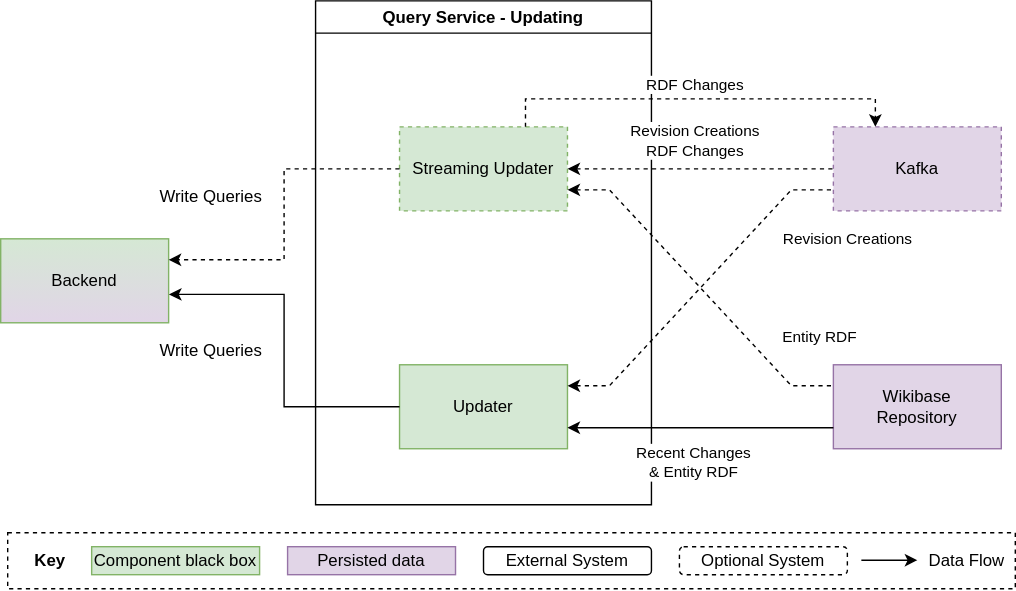
This is systems/Query/diagrams/05-01-updating.drawio.svg from wmde/wikidata-wikibase-architecture, a draw.io export, as it was before one commit. Source tidied: cells renumbered, new cells last; positions are measured from the earlier drawing's top-left corner, leaving out a move shared by most shapes.
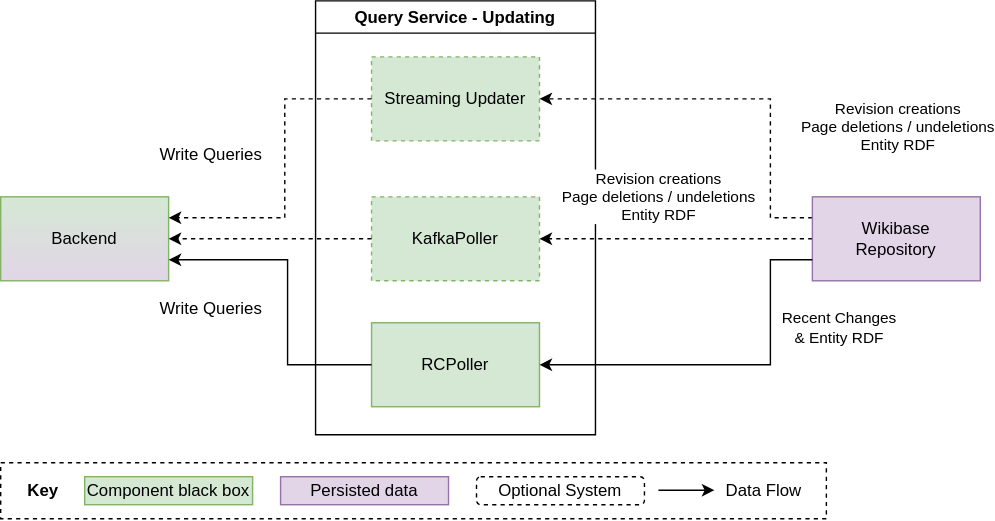
After the change.

Commit message:
Change terminology and mainly remove kafka

The edit, as a diff of the source:
```diff
@@ -3,16 +3,19 @@
     <mxCell id="0" />
     <mxCell id="1" parent="0" />
     <mxCell id="2" value="Query Service - Updating" style="swimlane;" parent="1" vertex="1">
-      <mxGeometry x="225" width="240" height="360" as="geometry" />
+      <mxGeometry x="230" y="50" width="200" height="310" as="geometry" />
     </mxCell>
     <mxCell id="3" value="Streaming Updater" style="rounded=0;whiteSpace=wrap;html=1;fillColor=#d5e8d4;strokeColor=#82b366;dashed=1;" parent="2" vertex="1">
-      <mxGeometry x="60" y="90" width="120" height="60" as="geometry" />
+      <mxGeometry x="40" y="40" width="120" height="60" as="geometry" />
     </mxCell>
-    <mxCell id="4" value="Updater" style="rounded=0;whiteSpace=wrap;html=1;fillColor=#d5e8d4;strokeColor=#82b366;" parent="2" vertex="1">
-      <mxGeometry x="60" y="260" width="120" height="60" as="geometry" />
+    <mxCell id="4" value="RCPoller" style="rounded=0;whiteSpace=wrap;html=1;fillColor=#d5e8d4;strokeColor=#82b366;" parent="2" vertex="1">
+      <mxGeometry x="40" y="230" width="120" height="60" as="geometry" />
     </mxCell>
+    <mxCell id="30" value="KafkaPoller" style="rounded=0;whiteSpace=wrap;html=1;fillColor=#d5e8d4;strokeColor=#82b366;dashed=1;" parent="2" vertex="1">
+      <mxGeometry x="40" y="140" width="120" height="60" as="geometry" />
+    </mxCell>
     <mxCell id="5" style="rounded=0;whiteSpace=wrap;html=1;fillColor=none;dashed=1;" parent="1" vertex="1">
-      <mxGeometry x="5" y="380" width="720" height="40" as="geometry" />
+      <mxGeometry x="5" y="380" width="590" height="40" as="geometry" />
     </mxCell>
     <mxCell id="6" value="&lt;b&gt;Key&lt;/b&gt;" style="text;html=1;align=center;verticalAlign=middle;strokeColor=none;" parent="1" vertex="1">
       <mxGeometry x="15" y="390" width="40" height="20" as="geometry" />
@@ -23,81 +26,82 @@
     <mxCell id="8" value="Persisted data" style="rounded=0;whiteSpace=wrap;html=1;align=center;fillColor=#e1d5e7;strokeColor=#9673a6;" parent="1" vertex="1">
       <mxGeometry x="205" y="390" width="120" height="20" as="geometry" />
     </mxCell>
-    <mxCell id="9" value="External System" style="rounded=1;whiteSpace=wrap;html=1;align=center;" parent="1" vertex="1">
-      <mxGeometry x="345" y="390" width="120" height="20" as="geometry" />
-    </mxCell>
     <mxCell id="10" value="Optional System" style="rounded=1;whiteSpace=wrap;html=1;align=center;dashed=1;" parent="1" vertex="1">
-      <mxGeometry x="485" y="390" width="120" height="20" as="geometry" />
+      <mxGeometry x="345" y="390" width="120" height="20" as="geometry" />
     </mxCell>
     <mxCell id="11" value="Backend" style="rounded=0;whiteSpace=wrap;html=1;fillColor=#d5e8d4;strokeColor=#82b366;gradientColor=#E1D5E7;" parent="1" vertex="1">
-      <mxGeometry y="170" width="120" height="60" as="geometry" />
+      <mxGeometry x="5" y="190" width="120" height="60" as="geometry" />
     </mxCell>
+    <mxCell id="31" style="edgeStyle=orthogonalEdgeStyle;rounded=0;jettySize=auto;html=1;exitX=0;exitY=0.25;exitDx=0;exitDy=0;entryX=1;entryY=0.5;entryDx=0;entryDy=0;dashed=1;" parent="1" edge="1" source="12" target="3">
+      <mxGeometry relative="1" as="geometry">
+        <Array as="points">
+          <mxPoint x="555" y="205" />
+          <mxPoint x="555" y="120" />
+        </Array>
+      </mxGeometry>
+    </mxCell>
+    <mxCell id="32" value="Revision creations&lt;br&gt;Page deletions / undeletions&lt;br&gt;Entity RDF" style="edgeLabel;html=1;align=center;verticalAlign=middle;" parent="31" vertex="1">
+      <mxGeometry x="0.23" y="-2" relative="1" as="geometry">
+        <mxPoint x="148" y="22" as="offset" />
+      </mxGeometry>
+    </mxCell>
+    <mxCell id="33" style="edgeStyle=orthogonalEdgeStyle;rounded=0;jettySize=auto;html=1;entryX=1;entryY=0.5;entryDx=0;entryDy=0;dashed=1;" parent="1" edge="1" source="12" target="30">
+      <mxGeometry relative="1" as="geometry" />
+    </mxCell>
+    <mxCell id="34" value="Revision creations&lt;br&gt;Page deletions / undeletions&lt;br&gt;Entity RDF" style="edgeLabel;html=1;align=center;verticalAlign=middle;" parent="33" vertex="1">
+      <mxGeometry x="0.12" y="-1" relative="1" as="geometry">
+        <mxPoint x="-1" y="-29" as="offset" />
+      </mxGeometry>
+    </mxCell>
     <mxCell id="12" value="Wikibase&lt;br&gt;Repository" style="rounded=0;whiteSpace=wrap;html=1;fillColor=#e1d5e7;strokeColor=#9673a6;" parent="1" vertex="1">
-      <mxGeometry x="595" y="260" width="120" height="60" as="geometry" />
+      <mxGeometry x="585" y="190" width="120" height="60" as="geometry" />
     </mxCell>
-    <mxCell id="13" value="Kafka" style="rounded=0;whiteSpace=wrap;html=1;dashed=1;fillColor=#e1d5e7;strokeColor=#9673a6;" parent="1" vertex="1">
-      <mxGeometry x="595" y="90" width="120" height="60" as="geometry" />
-    </mxCell>
     <mxCell id="14" style="edgeStyle=orthogonalEdgeStyle;rounded=0;jettySize=auto;html=1;entryX=1;entryY=0.25;entryDx=0;entryDy=0;dashed=1;" parent="1" edge="1" source="3" target="11">
-      <mxGeometry relative="1" as="geometry" />
+      <mxGeometry relative="1" as="geometry">
+        <Array as="points">
+          <mxPoint x="208" y="120" />
+          <mxPoint x="208" y="205" />
+        </Array>
+      </mxGeometry>
     </mxCell>
-    <mxCell id="15" style="edgeStyle=orthogonalEdgeStyle;rounded=0;jettySize=auto;html=1;entryX=1.002;entryY=0.662;entryDx=0;entryDy=0;entryPerimeter=0;" parent="1" edge="1" source="4" target="11">
-      <mxGeometry relative="1" as="geometry" />
+    <mxCell id="15" style="edgeStyle=orthogonalEdgeStyle;rounded=0;jettySize=auto;html=1;entryX=1;entryY=0.75;entryDx=0;entryDy=0;" parent="1" edge="1" source="4" target="11">
+      <mxGeometry relative="1" as="geometry">
+        <Array as="points">
+          <mxPoint x="210" y="310" />
+          <mxPoint x="210" y="235" />
+        </Array>
+      </mxGeometry>
     </mxCell>
-    <mxCell id="16" style="edgeStyle=orthogonalEdgeStyle;rounded=0;jettySize=auto;html=1;dashed=1;entryX=0;entryY=0.5;entryDx=0;entryDy=0;exitX=1;exitY=0.5;exitDx=0;exitDy=0;startArrow=classic;startFill=1;endArrow=none;endFill=0;" parent="1" edge="1" source="3" target="13">
-      <mxGeometry relative="1" as="geometry" />
-    </mxCell>
-    <mxCell id="17" value="Revision Creations&lt;br&gt;RDF Changes" style="edgeLabel;html=1;align=center;verticalAlign=middle;" parent="16" vertex="1">
-      <mxGeometry x="0.17" y="2" relative="1" as="geometry">
-        <mxPoint x="-21" y="-18" as="offset" />
-      </mxGeometry>
-    </mxCell>
-    <mxCell id="18" style="edgeStyle=orthogonalEdgeStyle;rounded=0;jettySize=auto;html=1;entryX=0;entryY=0.75;entryDx=0;entryDy=0;exitX=1;exitY=0.75;exitDx=0;exitDy=0;startArrow=classic;startFill=1;endArrow=none;endFill=0;" parent="1" edge="1" source="4" target="12">
-      <mxGeometry relative="1" as="geometry" />
+    <mxCell id="18" style="edgeStyle=orthogonalEdgeStyle;rounded=0;jettySize=auto;html=1;entryX=0;entryY=0.75;entryDx=0;entryDy=0;exitX=1;exitY=0.5;exitDx=0;exitDy=0;startArrow=classic;startFill=1;endArrow=none;endFill=0;" parent="1" edge="1" source="4" target="12">
+      <mxGeometry relative="1" as="geometry">
+        <Array as="points">
+          <mxPoint x="555" y="310" />
+          <mxPoint x="555" y="235" />
+        </Array>
+      </mxGeometry>
     </mxCell>
     <mxCell id="19" value="Recent Changes&lt;br&gt;&amp;amp; Entity RDF" style="edgeLabel;html=1;align=center;verticalAlign=middle;" parent="18" vertex="1">
       <mxGeometry x="0.21" y="-1" relative="1" as="geometry">
-        <mxPoint x="-25" y="24" as="offset" />
+        <mxPoint x="49" y="-27" as="offset" />
       </mxGeometry>
     </mxCell>
-    <mxCell id="20" style="edgeStyle=entityRelationEdgeStyle;rounded=0;jettySize=auto;html=1;exitX=1;exitY=0.75;exitDx=0;exitDy=0;entryX=0;entryY=0.25;entryDx=0;entryDy=0;dashed=1;elbow=vertical;startArrow=classic;startFill=1;endArrow=none;endFill=0;" parent="1" edge="1" source="3" target="12">
-      <mxGeometry relative="1" as="geometry" />
-    </mxCell>
-    <mxCell id="21" value="Entity RDF" style="edgeLabel;html=1;align=center;verticalAlign=middle;" parent="20" vertex="1">
-      <mxGeometry x="0.56" y="1" relative="1" as="geometry">
-        <mxPoint x="36" y="-16" as="offset" />
-      </mxGeometry>
-    </mxCell>
-    <mxCell id="22" style="edgeStyle=entityRelationEdgeStyle;rounded=0;jettySize=auto;html=1;exitX=1;exitY=0.25;exitDx=0;exitDy=0;entryX=0;entryY=0.75;entryDx=0;entryDy=0;dashed=1;startArrow=classic;startFill=1;endArrow=none;endFill=0;" parent="1" edge="1" source="4" target="13">
-      <mxGeometry relative="1" as="geometry" />
-    </mxCell>
-    <mxCell id="23" value="Revision Creations" style="edgeLabel;html=1;align=center;verticalAlign=middle;" parent="22" vertex="1">
-      <mxGeometry x="0.46" y="-2" relative="1" as="geometry">
-        <mxPoint x="64" y="6" as="offset" />
-      </mxGeometry>
-    </mxCell>
     <mxCell id="24" value="Write Queries" style="text;html=1;align=center;verticalAlign=middle;strokeColor=none;" parent="1" vertex="1">
-      <mxGeometry x="105" y="130" width="90" height="20" as="geometry" />
+      <mxGeometry x="110" y="150" width="90" height="20" as="geometry" />
     </mxCell>
     <mxCell id="25" style="endArrow=classic;html=1;" parent="1" edge="1">
       <mxGeometry relative="1" as="geometry">
-        <mxPoint x="615" y="399.7" as="sourcePoint" />
-        <mxPoint x="655" y="399.7" as="targetPoint" />
+        <mxPoint x="475" y="399.7" as="sourcePoint" />
+        <mxPoint x="515" y="399.7" as="targetPoint" />
       </mxGeometry>
     </mxCell>
     <mxCell id="26" value="Data Flow" style="text;html=1;align=center;verticalAlign=middle;strokeColor=none;" parent="1" vertex="1">
-      <mxGeometry x="655" y="390" width="70" height="20" as="geometry" />
+      <mxGeometry x="515" y="390" width="70" height="20" as="geometry" />
     </mxCell>
     <mxCell id="27" value="Write Queries" style="text;html=1;align=center;verticalAlign=middle;strokeColor=none;" parent="1" vertex="1">
-      <mxGeometry x="105" y="240" width="90" height="20" as="geometry" />
+      <mxGeometry x="110" y="260" width="90" height="20" as="geometry" />
     </mxCell>
-    <mxCell id="28" style="edgeStyle=orthogonalEdgeStyle;rounded=0;jettySize=auto;html=1;exitX=0.75;exitY=0;exitDx=0;exitDy=0;entryX=0.25;entryY=0;entryDx=0;entryDy=0;startArrow=none;startFill=0;endArrow=classic;endFill=1;dashed=1;" parent="1" edge="1" source="3" target="13">
-      <mxGeometry relative="1" as="geometry" />
-    </mxCell>
-    <mxCell id="29" value="RDF Changes" style="edgeLabel;html=1;align=center;verticalAlign=middle;" parent="28" vertex="1">
-      <mxGeometry x="0.29" y="1" relative="1" as="geometry">
-        <mxPoint x="-46" y="-9" as="offset" />
-      </mxGeometry>
-    </mxCell>
+    <mxCell id="35" style="edgeStyle=orthogonalEdgeStyle;rounded=0;jettySize=auto;html=1;dashed=1;" parent="1" edge="1" source="30" target="11">
+      <mxGeometry relative="1" as="geometry" />
+    </mxCell>
   </root>
 </mxGraphModel>
```
